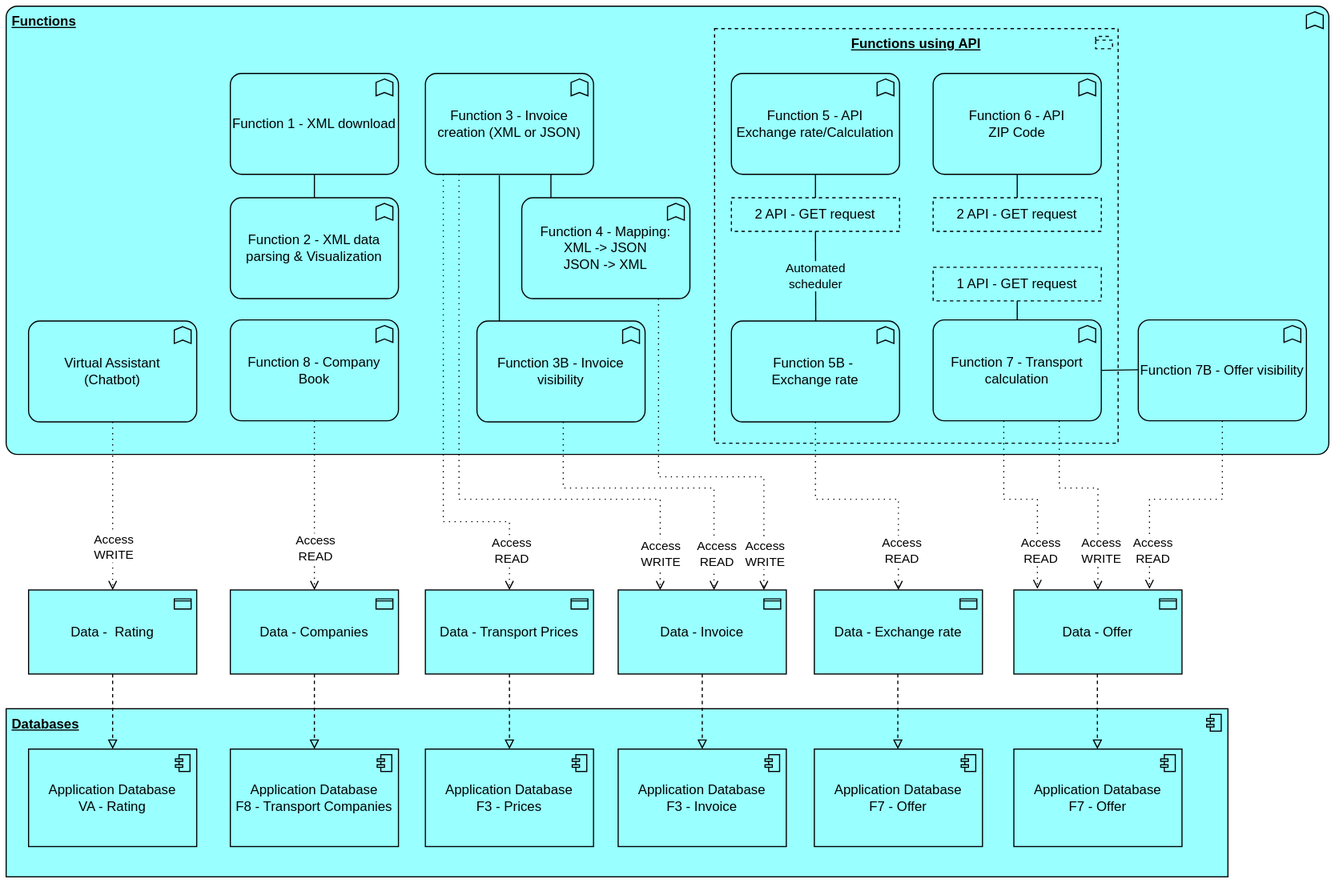
netj22693/backup-app-jn keeps this draw.io diagram as Pictures/Archimate_functions_overview_v14.svg. Above is the earlier version. Source tidied: cells renumbered, new cells last; positions are measured from the earlier drawing's top-left corner, leaving out a move shared by most shapes.
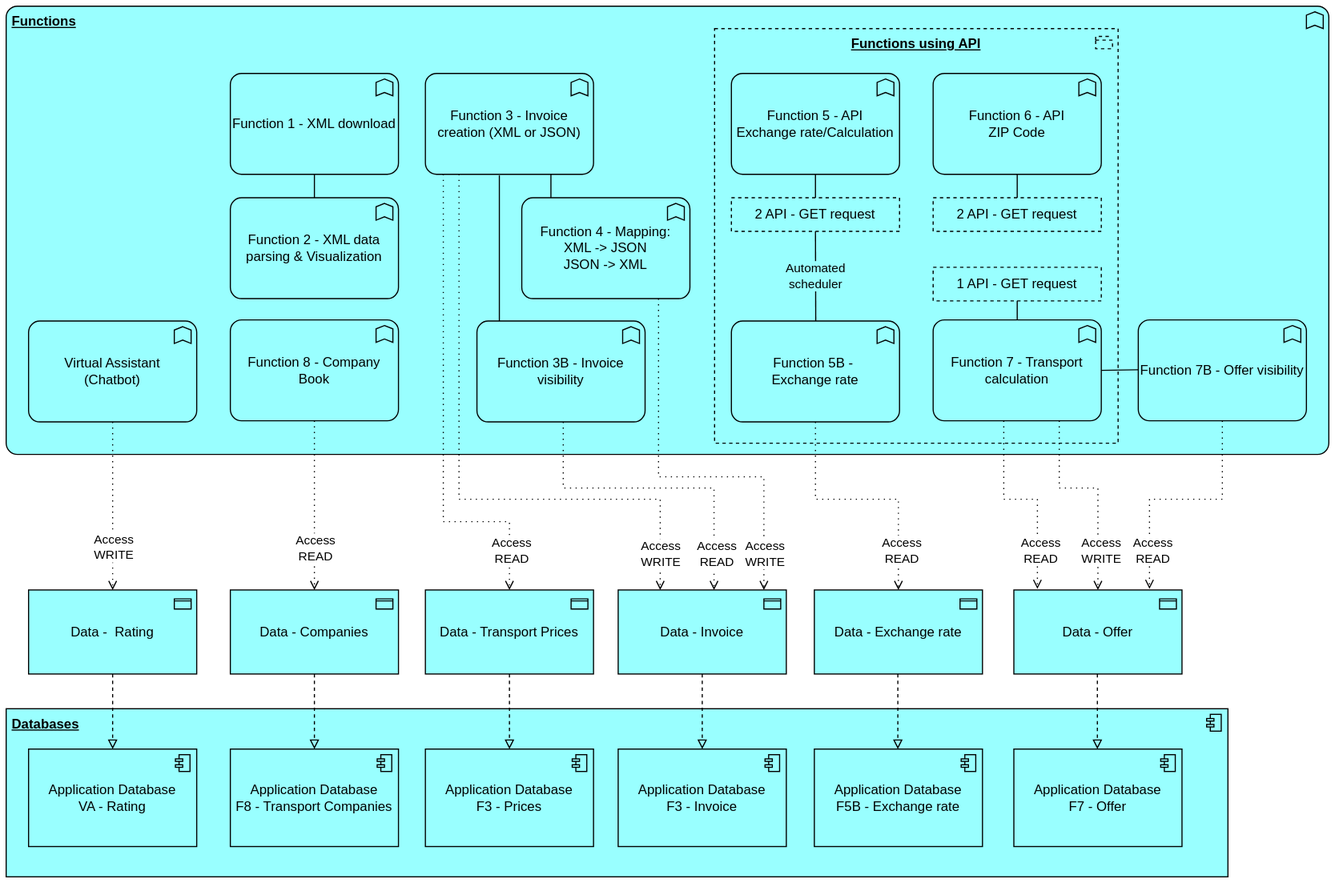
After the change.

Commit message:
12-May-2026 -v61.5.2 - Fix diagram

The edit, as a diff of the source:
```diff
@@ -246,7 +246,7 @@
     <mxCell id="60" value="Automated&lt;div&gt;scheduler&lt;/div&gt;" style="edgeStyle=elbowEdgeStyle;html=1;endArrow=none;elbow=horizontal;rounded=0;entryX=0.5;entryY=0;entryDx=0;entryDy=0;exitX=0.5;exitY=1;exitDx=0;exitDy=0;entryPerimeter=0;labelBackgroundColor=#99FFFF;textShadow=0;labelBorderColor=none;" parent="1" edge="1" source="12" target="59">
       <mxGeometry relative="1" as="geometry" />
     </mxCell>
-    <mxCell id="61" value="Application Database&lt;div&gt;F7 - Offer&lt;/div&gt;" style="html=1;whiteSpace=wrap;fillColor=#99ffff;shape=mxgraph.archimate3.application;appType=comp;archiType=square;" parent="1" vertex="1">
+    <mxCell id="61" value="Application Database&lt;div&gt;F5B - Exchange rate&lt;/div&gt;" style="html=1;whiteSpace=wrap;fillColor=#99ffff;shape=mxgraph.archimate3.application;appType=comp;archiType=square;" parent="1" vertex="1">
       <mxGeometry x="721" y="663" width="150" height="87" as="geometry" />
     </mxCell>
     <mxCell id="62" value="Data - Exchange rate" style="html=1;outlineConnect=0;whiteSpace=wrap;fillColor=#99ffff;shape=mxgraph.archimate3.application;appType=passive;archiType=square;" parent="1" vertex="1">
```
